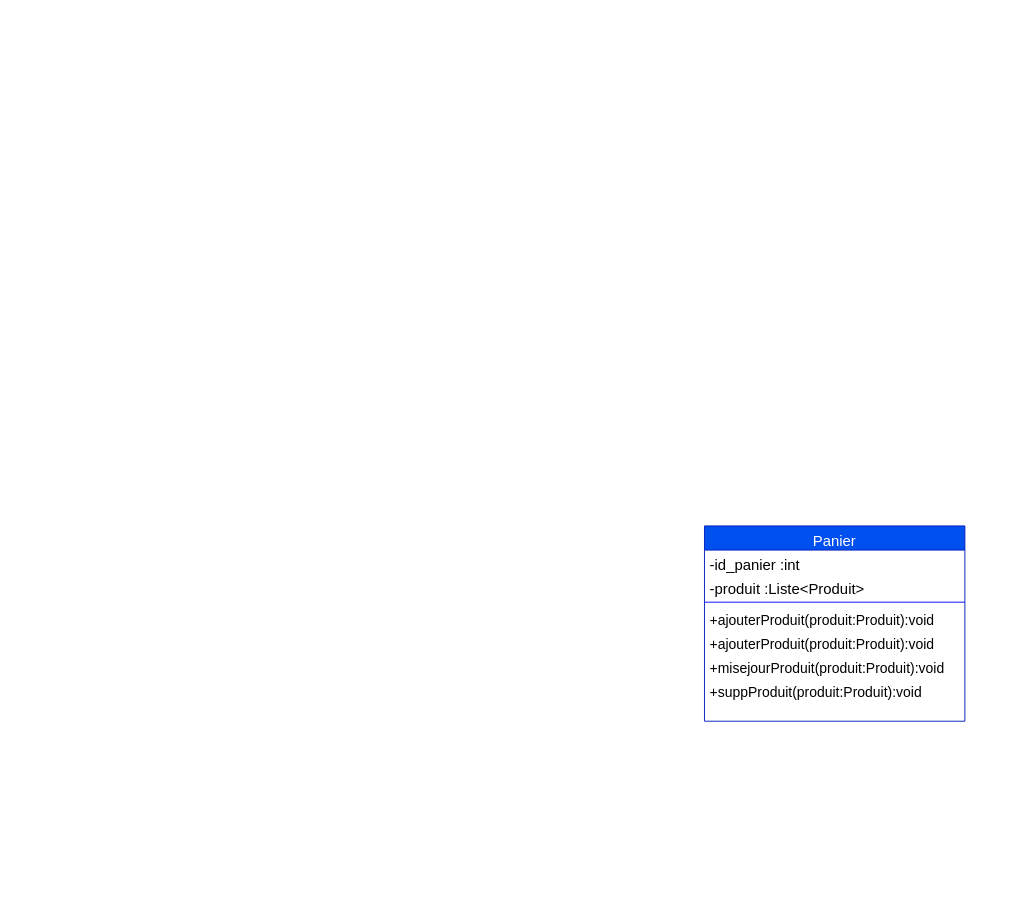
Before: page "Page-2" (2 of 3) of Class Diagram.drawio in hananemazyan/DIAGRAMS, a draw.io diagram. Source tidied: cells renumbered, new cells numbered last; positions are measured from the earlier drawing's top-left corner, leaving out a move shared by most shapes. Both pictures are drawn from the tidied source at 93%, with x=0, y=0 at pixel (704, 525).
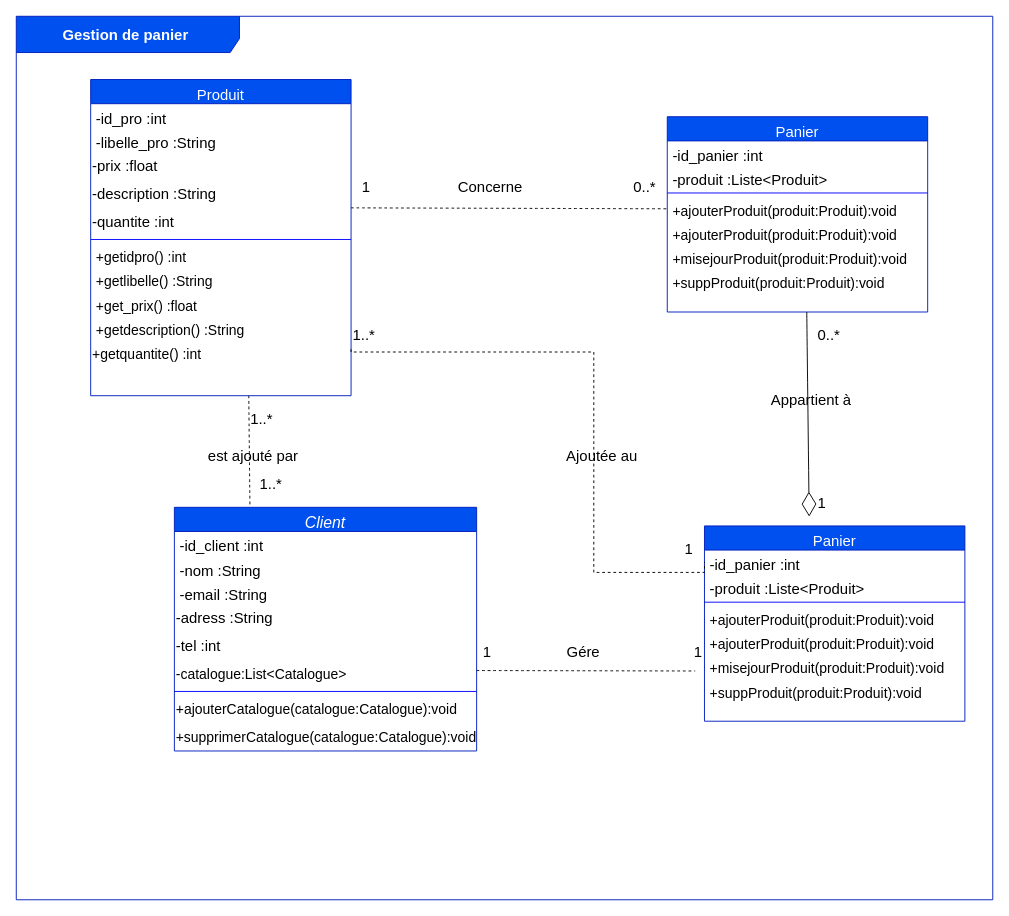
Above is the later version.

Unchanged cells that the change refers to:
```xml
<mxCell id="3" value="-id_panier :int" style="text;align=left;verticalAlign=top;spacingLeft=4;spacingRight=4;overflow=hidden;points=[[0,0.5],[1,0.5]];portConstraint=eastwest;fontSize=16;" parent="2" vertex="1">
  <mxGeometry y="26" width="280" height="26" as="geometry" />
</mxCell>
```

Change to the diagram source:
```diff
@@
+    <mxCell id="10" value="Client" style="swimlane;fontStyle=2;align=center;verticalAlign=top;horizontal=1;startSize=26;rounded=0;shadow=0;strokeWidth=1;fontSize=17;fillColor=#0050ef;strokeColor=#001DBC;fontColor=#ffffff;" parent="1" vertex="1">
+      <mxGeometry x="-570" y="-20" width="325" height="262" as="geometry" />
+    </mxCell>
+    <mxCell id="11" value="-id_client :int" style="text;align=left;verticalAlign=top;spacingLeft=4;spacingRight=4;overflow=hidden;fontSize=16;" parent="10" vertex="1">
+      <mxGeometry y="26" width="325" height="26" as="geometry" />
+    </mxCell>
+    <mxCell id="12" value="-nom :String" style="text;align=left;verticalAlign=top;spacingLeft=4;spacingRight=4;overflow=hidden;rounded=0;shadow=0;html=0;fontSize=16;" parent="10" vertex="1">
+      <mxGeometry y="52" width="325" height="26" as="geometry" />
+    </mxCell>
+    <mxCell id="13" value="-email :String" style="text;align=left;verticalAlign=top;spacingLeft=4;spacingRight=4;overflow=hidden;rounded=0;shadow=0;html=0;fontSize=16;" parent="10" vertex="1">
+      <mxGeometry y="78" width="325" height="26" as="geometry" />
+    </mxCell>
+    <mxCell id="14" value="-adress :String" style="text;strokeColor=none;fillColor=none;html=1;align=left;verticalAlign=middle;whiteSpace=wrap;rounded=0;fontSize=16;" parent="10" vertex="1">
+      <mxGeometry y="104" width="325" height="30" as="geometry" />
+    </mxCell>
+    <mxCell id="15" value="-tel :int" style="text;strokeColor=none;fillColor=none;html=1;align=left;verticalAlign=middle;whiteSpace=wrap;rounded=0;fontSize=16;" parent="10" vertex="1">
+      <mxGeometry y="134" width="325" height="30" as="geometry" />
+    </mxCell>
+    <mxCell id="16" value="&lt;span style=&quot;font-size: 15px;&quot;&gt;-catalogue:List&amp;lt;Catalogue&amp;gt;&lt;/span&gt;" style="text;strokeColor=none;fillColor=none;html=1;align=left;verticalAlign=middle;whiteSpace=wrap;rounded=0;fontSize=16;" parent="10" vertex="1">
+      <mxGeometry y="164" width="325" height="30" as="geometry" />
+    </mxCell>
+    <mxCell id="17" style="line;html=1;strokeWidth=1;align=left;verticalAlign=middle;spacingTop=-1;spacingLeft=3;spacingRight=3;labelPosition=right;strokeColor=#0000FF;" parent="10" vertex="1">
+      <mxGeometry y="194" width="325" height="8" as="geometry" />
+    </mxCell>
+    <mxCell id="18" value="+ajouterCatalogue(catalogue:Catalogue):void" style="text;html=1;align=left;verticalAlign=middle;whiteSpace=wrap;rounded=0;fontSize=15;strokeWidth=5;fillColor=none;strokeColor=none;glass=0;" parent="10" vertex="1">
+      <mxGeometry y="202" width="325" height="30" as="geometry" />
+    </mxCell>
+    <mxCell id="19" value="+supprimerCatalogue(catalogue:Catalogue):void" style="text;html=1;align=center;verticalAlign=middle;strokeColor=none;fillColor=none;fontSize=15;" parent="10" vertex="1">
+      <mxGeometry y="232" width="325" height="30" as="geometry" />
+    </mxCell>
+    <mxCell id="20" value="Produit" style="swimlane;fontStyle=0;align=center;verticalAlign=top;horizontal=1;startSize=26;rounded=0;shadow=0;strokeWidth=1;fontSize=16;fillColor=#0050ef;fontColor=#ffffff;strokeColor=#001DBC;" parent="1" vertex="1">
+      <mxGeometry x="-660" y="-480" width="280" height="340" as="geometry" />
+    </mxCell>
+    <mxCell id="21" value="-id_pro :int" style="text;align=left;verticalAlign=top;spacingLeft=4;spacingRight=4;overflow=hidden;fontSize=16;" parent="20" vertex="1">
+      <mxGeometry y="26" width="280" height="26" as="geometry" />
+    </mxCell>
+    <mxCell id="22" value="-libelle_pro :String" style="text;align=left;verticalAlign=top;spacingLeft=4;spacingRight=4;overflow=hidden;rounded=0;shadow=0;html=0;fontStyle=0;fontSize=16;" parent="20" vertex="1">
+      <mxGeometry y="52" width="280" height="26" as="geometry" />
+    </mxCell>
+    <mxCell id="23" value="-prix :float" style="text;strokeColor=none;fillColor=none;html=1;align=left;verticalAlign=middle;whiteSpace=wrap;rounded=0;fontSize=16;" parent="20" vertex="1">
+      <mxGeometry y="78" width="280" height="30" as="geometry" />
+    </mxCell>
+    <mxCell id="24" value="-description :String" style="text;strokeColor=none;fillColor=none;html=1;align=left;verticalAlign=middle;whiteSpace=wrap;rounded=0;fontSize=16;" parent="20" vertex="1">
+      <mxGeometry y="108" width="280" height="30" as="geometry" />
+    </mxCell>
+    <mxCell id="25" value="-quantite :int" style="text;strokeColor=none;fillColor=none;html=1;align=left;verticalAlign=middle;whiteSpace=wrap;rounded=0;fontSize=16;" parent="20" vertex="1">
+      <mxGeometry y="138" width="280" height="30" as="geometry" />
+    </mxCell>
+    <mxCell id="26" style="line;html=1;strokeWidth=1;align=left;verticalAlign=middle;spacingTop=-1;spacingLeft=3;spacingRight=3;labelPosition=right;strokeColor=#0000FF;" parent="20" vertex="1">
+      <mxGeometry y="168" width="280" height="8" as="geometry" />
+    </mxCell>
+    <mxCell id="27" value="+getidpro() :int" style="text;align=left;verticalAlign=top;spacingLeft=4;spacingRight=4;overflow=hidden;fontStyle=0;fontSize=15;" parent="20" vertex="1">
+      <mxGeometry y="176" width="280" height="26" as="geometry" />
+    </mxCell>
+    <mxCell id="28" value="+getlibelle() :String" style="text;align=left;verticalAlign=top;spacingLeft=4;spacingRight=4;overflow=hidden;fontSize=15;" parent="20" vertex="1">
+      <mxGeometry y="202" width="280" height="26" as="geometry" />
+    </mxCell>
+    <mxCell id="29" value="+get_prix() :float" style="text;align=left;verticalAlign=top;spacingLeft=4;spacingRight=4;overflow=hidden;fontSize=15;" parent="20" vertex="1">
+      <mxGeometry y="228" width="280" height="26" as="geometry" />
+    </mxCell>
+    <mxCell id="30" value="+getdescription() :String" style="text;align=left;verticalAlign=top;spacingLeft=4;spacingRight=4;overflow=hidden;fontSize=15;" parent="20" vertex="1">
+      <mxGeometry y="254" width="280" height="26" as="geometry" />
+    </mxCell>
+    <mxCell id="31" value="&lt;font style=&quot;font-size: 15px;&quot;&gt;+getquantite() :int&lt;/font&gt;" style="text;strokeColor=none;fillColor=none;html=1;align=left;verticalAlign=middle;whiteSpace=wrap;rounded=0;fontSize=16;" parent="20" vertex="1">
+      <mxGeometry y="280" width="280" height="30" as="geometry" />
+    </mxCell>
+    <mxCell id="32" value="Panier" style="swimlane;fontStyle=0;align=center;verticalAlign=top;horizontal=1;startSize=26;rounded=0;shadow=0;strokeWidth=1;fillColor=#0050ef;fontColor=#ffffff;strokeColor=#001DBC;fontSize=16;" parent="1" vertex="1">
+      <mxGeometry x="-40" y="-440" width="280" height="210" as="geometry" />
+    </mxCell>
+    <mxCell id="33" value="-id_panier :int" style="text;align=left;verticalAlign=top;spacingLeft=4;spacingRight=4;overflow=hidden;fontSize=16;" parent="32" vertex="1">
+      <mxGeometry y="26" width="280" height="26" as="geometry" />
+    </mxCell>
+    <mxCell id="34" value="-produit :Liste&lt;Produit&gt;" style="text;align=left;verticalAlign=top;spacingLeft=4;spacingRight=4;overflow=hidden;rounded=0;shadow=0;html=0;fontSize=16;" parent="32" vertex="1">
+      <mxGeometry y="52" width="280" height="26" as="geometry" />
+    </mxCell>
+    <mxCell id="35" style="line;html=1;strokeWidth=1;align=left;verticalAlign=middle;spacingTop=-1;spacingLeft=3;spacingRight=3;labelPosition=right;strokeColor=#0000FF;" parent="32" vertex="1">
+      <mxGeometry y="78" width="280" height="8" as="geometry" />
+    </mxCell>
+    <mxCell id="36" value="+ajouterProduit(produit:Produit):void" style="text;align=left;verticalAlign=top;spacingLeft=4;spacingRight=4;overflow=hidden;points=[[0,0.5],[1,0.5]];portConstraint=eastwest;fontSize=15;" parent="32" vertex="1">
+      <mxGeometry y="86" width="280" height="26" as="geometry" />
+    </mxCell>
+    <mxCell id="37" value="+ajouterProduit(produit:Produit):void" style="text;align=left;verticalAlign=top;spacingLeft=4;spacingRight=4;overflow=hidden;fontSize=15;" parent="32" vertex="1">
+      <mxGeometry y="112" width="280" height="26" as="geometry" />
+    </mxCell>
+    <mxCell id="38" value="+misejourProduit(produit:Produit):void" style="text;align=left;verticalAlign=top;spacingLeft=4;spacingRight=4;overflow=hidden;fontSize=15;" parent="32" vertex="1">
+      <mxGeometry y="138" width="280" height="26" as="geometry" />
+    </mxCell>
+    <mxCell id="39" value="+suppProduit(produit:Produit):void" style="text;align=left;verticalAlign=top;spacingLeft=4;spacingRight=4;overflow=hidden;fontSize=15;" parent="32" vertex="1">
+      <mxGeometry y="164" width="280" height="26" as="geometry" />
+    </mxCell>
+    <mxCell id="40" style="endArrow=none;dashed=1;endFill=0;endSize=12;html=1;rounded=0;fontSize=12;curved=1;entryX=0;entryY=0.5;entryDx=0;entryDy=0;exitX=1;exitY=0;exitDx=0;exitDy=0;" parent="1" edge="1" source="25" target="36">
+      <mxGeometry relative="1" as="geometry" />
+    </mxCell>
+    <mxCell id="41" style="endArrow=diamondThin;endFill=0;endSize=24;html=1;rounded=0;fontSize=12;curved=1;entryX=0.554;entryY=-0.019;entryDx=0;entryDy=0;entryPerimeter=0;" parent="1" edge="1">
+      <mxGeometry relative="1" as="geometry">
+        <mxPoint x="110" y="-230" as="sourcePoint" />
+        <mxPoint x="112.6" y="-10" as="targetPoint" />
+      </mxGeometry>
+    </mxCell>
+    <mxCell id="42" style="endArrow=none;dashed=1;endFill=0;endSize=12;html=1;rounded=0;fontSize=12;edgeStyle=orthogonalEdgeStyle;exitX=1;exitY=0.5;exitDx=0;exitDy=0;entryX=0;entryY=0.5;entryDx=0;entryDy=0;" parent="1" edge="1" target="3">
+      <mxGeometry relative="1" as="geometry">
+        <mxPoint x="-380" y="-190" as="sourcePoint" />
+        <Array as="points">
+          <mxPoint x="-380" y="-187" />
+          <mxPoint x="-119" y="-187" />
+          <mxPoint x="-119" y="50" />
+          <mxPoint y="50" />
+        </Array>
+      </mxGeometry>
+    </mxCell>
+    <mxCell id="43" style="endArrow=none;dashed=1;endFill=0;endSize=12;html=1;rounded=0;fontSize=12;curved=1;" parent="1" edge="1">
+      <mxGeometry relative="1" as="geometry">
+        <mxPoint x="-245" y="155.5" as="sourcePoint" />
+        <mxPoint x="-10" y="156" as="targetPoint" />
+      </mxGeometry>
+    </mxCell>
+    <mxCell id="44" style="endArrow=none;dashed=1;endFill=0;endSize=12;html=1;rounded=0;fontSize=12;curved=1;entryX=0.25;entryY=0;entryDx=0;entryDy=0;" parent="1" edge="1" target="10">
+      <mxGeometry relative="1" as="geometry">
+        <mxPoint x="-490" y="-140" as="sourcePoint" />
+      </mxGeometry>
+    </mxCell>
+    <mxCell id="45" value="Concerne" style="text;strokeColor=none;fillColor=none;html=1;align=center;verticalAlign=middle;whiteSpace=wrap;rounded=0;fontSize=16;" parent="1" vertex="1">
+      <mxGeometry x="-260" y="-380" width="60" height="30" as="geometry" />
+    </mxCell>
+    <mxCell id="46" value="1" style="text;strokeColor=none;fillColor=none;html=1;align=left;verticalAlign=middle;whiteSpace=wrap;rounded=0;fontSize=16;" parent="1" vertex="1">
+      <mxGeometry x="-370" y="-380" width="60" height="30" as="geometry" />
+    </mxCell>
+    <mxCell id="47" value="&lt;div style=&quot;&quot;&gt;&lt;span style=&quot;background-color: initial;&quot;&gt;0..*&lt;/span&gt;&lt;/div&gt;" style="text;strokeColor=none;fillColor=none;html=1;align=right;verticalAlign=middle;whiteSpace=wrap;rounded=0;fontSize=16;" parent="1" vertex="1">
+      <mxGeometry x="-110" y="-380" width="60" height="30" as="geometry" />
+    </mxCell>
+    <mxCell id="48" value="Appartient à" style="text;strokeColor=none;fillColor=none;html=1;align=center;verticalAlign=middle;whiteSpace=wrap;rounded=0;fontSize=16;" parent="1" vertex="1">
+      <mxGeometry x="50" y="-150" width="130" height="30" as="geometry" />
+    </mxCell>
+    <mxCell id="49" value="0..*" style="text;strokeColor=none;fillColor=none;html=1;align=left;verticalAlign=middle;whiteSpace=wrap;rounded=0;fontSize=16;" parent="1" vertex="1">
+      <mxGeometry x="120" y="-220" width="60" height="30" as="geometry" />
+    </mxCell>
+    <mxCell id="50" value="1" style="text;strokeColor=none;fillColor=none;html=1;align=left;verticalAlign=middle;whiteSpace=wrap;rounded=0;fontSize=16;" parent="1" vertex="1">
+      <mxGeometry x="120" y="-40" width="60" height="30" as="geometry" />
+    </mxCell>
+    <mxCell id="51" value="Ajoutée au" style="text;strokeColor=none;fillColor=none;html=1;align=center;verticalAlign=middle;whiteSpace=wrap;rounded=0;fontSize=16;" parent="1" vertex="1">
+      <mxGeometry x="-150" y="-90" width="80" height="30" as="geometry" />
+    </mxCell>
+    <mxCell id="52" value="1" style="text;strokeColor=none;fillColor=none;html=1;align=right;verticalAlign=middle;whiteSpace=wrap;rounded=0;fontSize=16;" parent="1" vertex="1">
+      <mxGeometry x="-70" y="10" width="60" height="30" as="geometry" />
+    </mxCell>
+    <mxCell id="53" value="1..*" style="text;strokeColor=none;fillColor=none;html=1;align=left;verticalAlign=middle;whiteSpace=wrap;rounded=0;fontSize=16;" parent="1" vertex="1">
+      <mxGeometry x="-380" y="-220" width="60" height="30" as="geometry" />
+    </mxCell>
+    <mxCell id="54" value="Gére" style="text;strokeColor=none;fillColor=none;html=1;align=center;verticalAlign=middle;whiteSpace=wrap;rounded=0;fontSize=16;" parent="1" vertex="1">
+      <mxGeometry x="-160" y="120" width="60" height="30" as="geometry" />
+    </mxCell>
+    <mxCell id="55" value="1" style="text;strokeColor=none;fillColor=none;html=1;align=left;verticalAlign=middle;whiteSpace=wrap;rounded=0;fontSize=16;" parent="1" vertex="1">
+      <mxGeometry x="-240" y="120" width="60" height="30" as="geometry" />
+    </mxCell>
+    <mxCell id="56" value="1" style="text;strokeColor=none;fillColor=none;html=1;align=right;verticalAlign=middle;whiteSpace=wrap;rounded=0;fontSize=16;" parent="1" vertex="1">
+      <mxGeometry x="-60" y="120" width="60" height="30" as="geometry" />
+    </mxCell>
+    <mxCell id="57" value="est ajouté par" style="text;strokeColor=none;fillColor=none;html=1;align=center;verticalAlign=middle;whiteSpace=wrap;rounded=0;fontSize=16;" parent="1" vertex="1">
+      <mxGeometry x="-570" y="-90" width="170" height="30" as="geometry" />
+    </mxCell>
+    <mxCell id="58" value="1..*" style="text;strokeColor=none;fillColor=none;html=1;align=left;verticalAlign=middle;whiteSpace=wrap;rounded=0;fontSize=16;" parent="1" vertex="1">
+      <mxGeometry x="-490" y="-130" width="60" height="30" as="geometry" />
+    </mxCell>
+    <mxCell id="59" value="1..*" style="text;strokeColor=none;fillColor=none;html=1;align=left;verticalAlign=middle;whiteSpace=wrap;rounded=0;fontSize=16;" parent="1" vertex="1">
+      <mxGeometry x="-480" y="-60" width="60" height="30" as="geometry" />
+    </mxCell>
+    <mxCell id="60" value="&lt;b&gt;Gestion de panier&amp;nbsp;&lt;/b&gt;" style="shape=umlFrame;whiteSpace=wrap;html=1;fontSize=16;width=240;height=39;fillColor=#0050ef;fontColor=#ffffff;strokeColor=#001DBC;" parent="1" vertex="1">
+      <mxGeometry x="-740" y="-548" width="1050" height="950" as="geometry" />
+    </mxCell>
```
